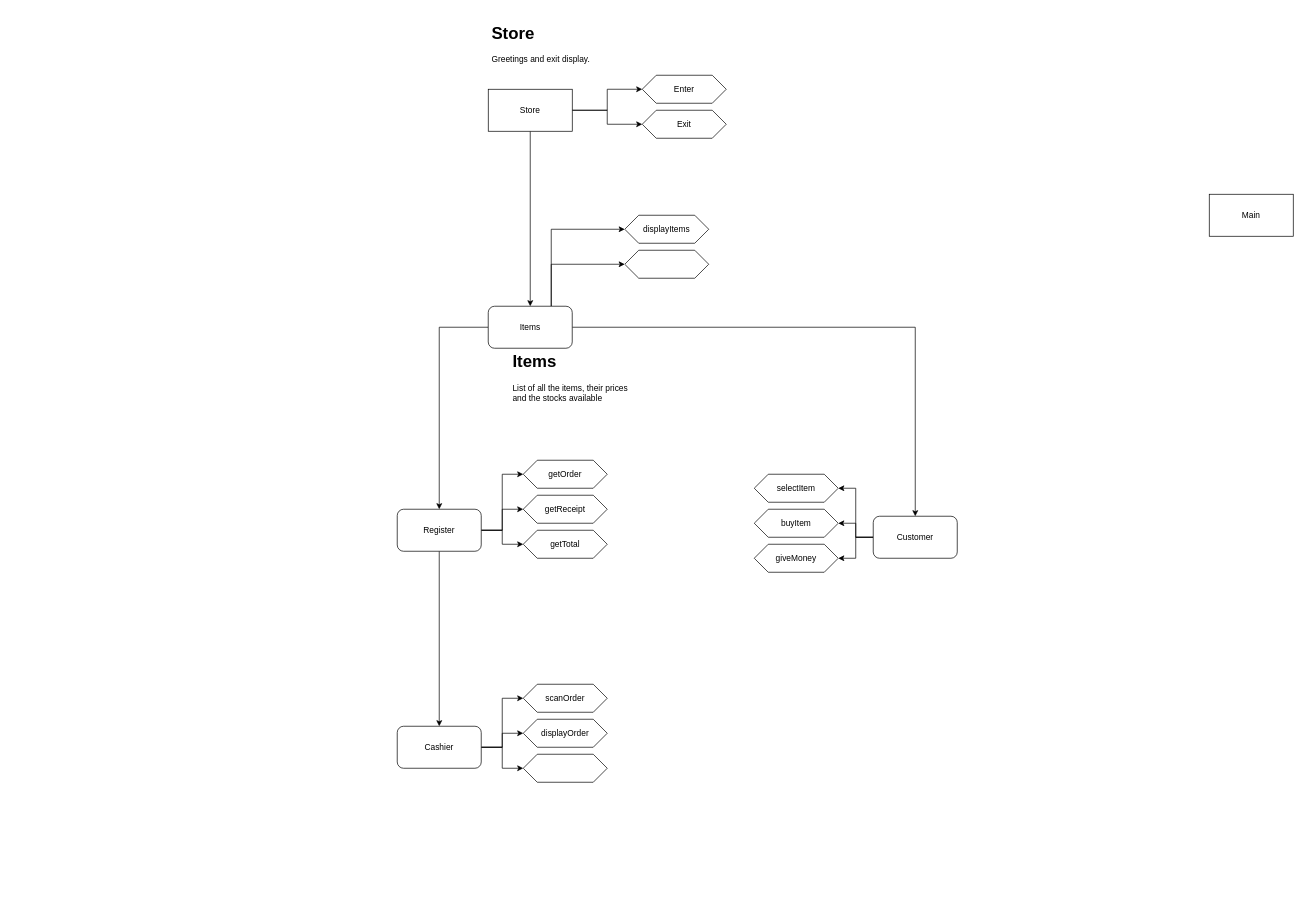
Above: Untitled Diagram.drawio in Xzud/git_practice (draw.io), before the change. Source tidied: cells renumbered, new cells numbered last; positions are measured from the earlier drawing's top-left corner, leaving out a move shared by most shapes. Both pictures are drawn from the tidied source at 70%, with x=0, y=0 at pixel (397, 19).
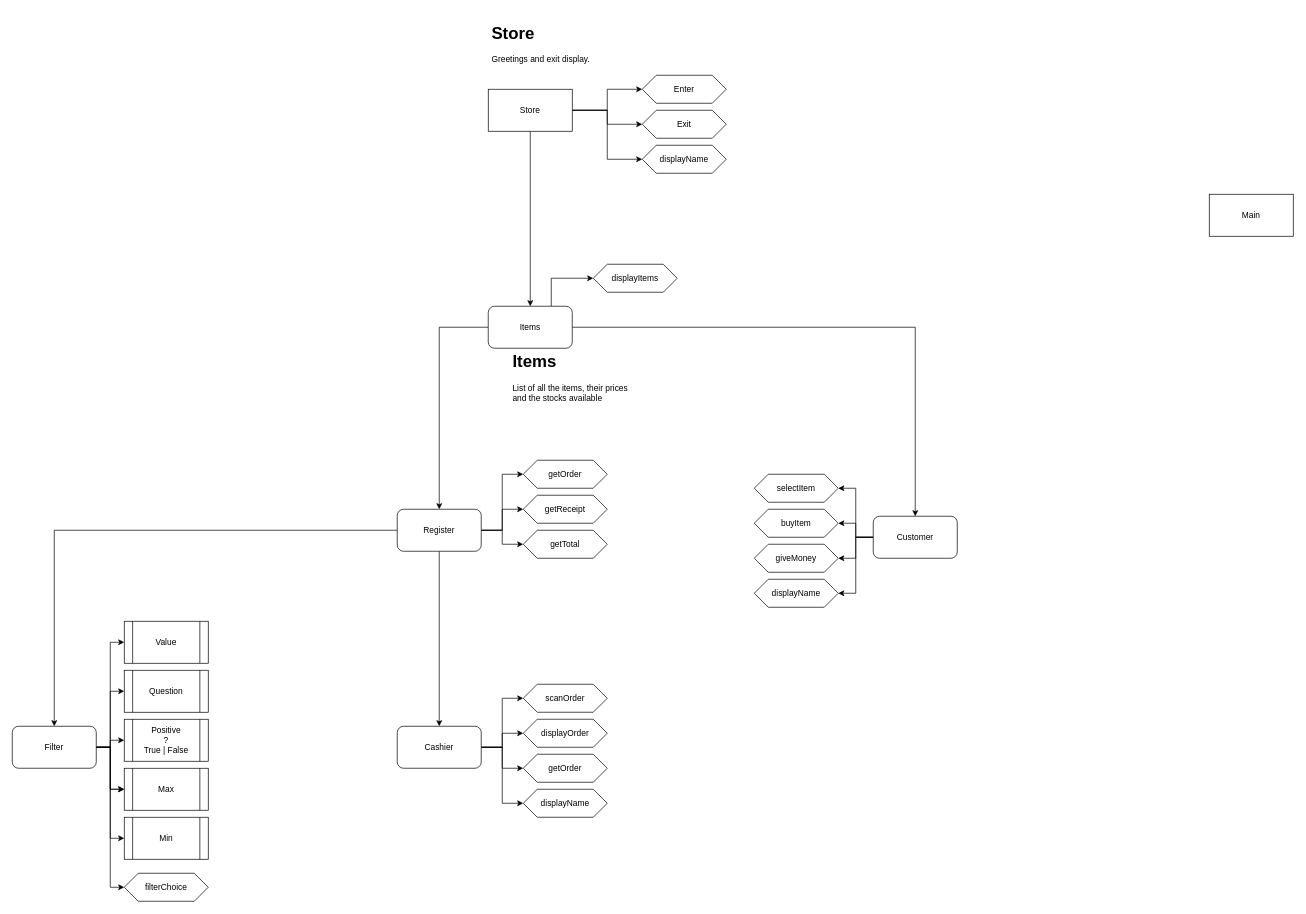
Above is the later version.

Unchanged cells that the change refers to:
```xml
<mxCell id="6" value="Store" style="rounded=0;whiteSpace=wrap;html=1;" parent="1" vertex="1">
  <mxGeometry x="130" y="100" width="120" height="60" as="geometry" />
</mxCell>
<mxCell id="11" value="Items" style="rounded=1;whiteSpace=wrap;html=1;" parent="1" vertex="1">
  <mxGeometry x="130" y="410" width="120" height="60" as="geometry" />
</mxCell>
<mxCell id="15" value="Customer" style="rounded=1;whiteSpace=wrap;html=1;" parent="1" vertex="1">
  <mxGeometry x="680" y="710" width="120" height="60" as="geometry" />
</mxCell>
<mxCell id="20" value="Register" style="whiteSpace=wrap;html=1;rounded=1;" parent="1" vertex="1">
  <mxGeometry y="700" width="120" height="60" as="geometry" />
</mxCell>
<mxCell id="24" value="Cashier" style="whiteSpace=wrap;html=1;rounded=1;" parent="1" vertex="1">
  <mxGeometry y="1010" width="120" height="60" as="geometry" />
</mxCell>
```

Diff of the diagram source:
```diff
@@
+    <mxCell id="40" style="edgeStyle=orthogonalEdgeStyle;rounded=0;jettySize=auto;html=1;exitX=1;exitY=0.5;exitDx=0;exitDy=0;entryX=0;entryY=0.5;entryDx=0;entryDy=0;" parent="1" edge="1" source="6" target="36">
+      <mxGeometry relative="1" as="geometry" />
+    </mxCell>
@@
-    <mxCell id="10" style="edgeStyle=orthogonalEdgeStyle;rounded=0;jettySize=auto;html=1;exitX=0.75;exitY=0;exitDx=0;exitDy=0;entryX=0;entryY=0.5;entryDx=0;entryDy=0;" parent="1" edge="1" source="11" target="36">
-      <mxGeometry relative="1" as="geometry" />
-    </mxCell>
@@
+    <mxCell id="41" style="edgeStyle=orthogonalEdgeStyle;rounded=0;jettySize=auto;html=1;exitX=0;exitY=0.5;exitDx=0;exitDy=0;entryX=1;entryY=0.5;entryDx=0;entryDy=0;" parent="1" edge="1" source="15" target="45">
+      <mxGeometry relative="1" as="geometry" />
+    </mxCell>
@@
+    <mxCell id="42" style="edgeStyle=orthogonalEdgeStyle;rounded=0;jettySize=auto;html=1;" parent="1" edge="1" source="20" target="52">
+      <mxGeometry relative="1" as="geometry" />
+    </mxCell>
@@
+    <mxCell id="43" style="edgeStyle=orthogonalEdgeStyle;rounded=0;jettySize=auto;html=1;exitX=1;exitY=0.5;exitDx=0;exitDy=0;entryX=0;entryY=0.5;entryDx=0;entryDy=0;" parent="1" edge="1" source="24" target="44">
+      <mxGeometry relative="1" as="geometry" />
+    </mxCell>
@@
-    <mxCell id="32" style="shape=hexagon;perimeter=hexagonPerimeter2;whiteSpace=wrap;html=1;fixedSize=1;" parent="1" vertex="1">
+    <mxCell id="32" value="getOrder" style="shape=hexagon;perimeter=hexagonPerimeter2;whiteSpace=wrap;html=1;fixedSize=1;" parent="1" vertex="1">
       <mxGeometry x="180" y="1050" width="120" height="40" as="geometry" />
     </mxCell>
@@
     <mxCell id="35" value="displayItems" style="shape=hexagon;perimeter=hexagonPerimeter2;whiteSpace=wrap;html=1;fixedSize=1;" parent="1" vertex="1">
-      <mxGeometry x="325" y="280" width="120" height="40" as="geometry" />
+      <mxGeometry x="280" y="350" width="120" height="40" as="geometry" />
     </mxCell>
-    <mxCell id="36" style="shape=hexagon;perimeter=hexagonPerimeter2;whiteSpace=wrap;html=1;fixedSize=1;" parent="1" vertex="1">
-      <mxGeometry x="325" y="330" width="120" height="40" as="geometry" />
+    <mxCell id="36" value="displayName" style="shape=hexagon;perimeter=hexagonPerimeter2;whiteSpace=wrap;html=1;fixedSize=1;" parent="1" vertex="1">
+      <mxGeometry x="350" y="180" width="120" height="40" as="geometry" />
     </mxCell>
@@
+    <mxCell id="44" value="displayName" style="shape=hexagon;perimeter=hexagonPerimeter2;whiteSpace=wrap;html=1;fixedSize=1;" parent="1" vertex="1">
+      <mxGeometry x="180" y="1100" width="120" height="40" as="geometry" />
+    </mxCell>
+    <mxCell id="45" value="displayName" style="shape=hexagon;perimeter=hexagonPerimeter2;whiteSpace=wrap;html=1;fixedSize=1;" parent="1" vertex="1">
+      <mxGeometry x="510" y="800" width="120" height="40" as="geometry" />
+    </mxCell>
+    <mxCell id="46" style="edgeStyle=orthogonalEdgeStyle;rounded=0;jettySize=auto;html=1;entryX=0;entryY=0.5;entryDx=0;entryDy=0;" parent="1" edge="1" source="52" target="53">
+      <mxGeometry relative="1" as="geometry" />
+    </mxCell>
+    <mxCell id="47" style="edgeStyle=orthogonalEdgeStyle;rounded=0;jettySize=auto;html=1;entryX=0;entryY=0.5;entryDx=0;entryDy=0;" parent="1" edge="1" source="52" target="57">
+      <mxGeometry relative="1" as="geometry" />
+    </mxCell>
+    <mxCell id="48" style="edgeStyle=orthogonalEdgeStyle;rounded=0;jettySize=auto;html=1;entryX=0;entryY=0.5;entryDx=0;entryDy=0;" parent="1" edge="1" source="52" target="55">
+      <mxGeometry relative="1" as="geometry" />
+    </mxCell>
+    <mxCell id="49" style="edgeStyle=orthogonalEdgeStyle;rounded=0;jettySize=auto;html=1;entryX=0;entryY=0.5;entryDx=0;entryDy=0;" parent="1" edge="1" source="52" target="54">
+      <mxGeometry relative="1" as="geometry" />
+    </mxCell>
+    <mxCell id="50" style="edgeStyle=orthogonalEdgeStyle;rounded=0;jettySize=auto;html=1;entryX=0;entryY=0.5;entryDx=0;entryDy=0;" parent="1" edge="1" source="52" target="59">
+      <mxGeometry relative="1" as="geometry" />
+    </mxCell>
+    <mxCell id="51" style="edgeStyle=orthogonalEdgeStyle;rounded=0;jettySize=auto;html=1;entryX=0;entryY=0.5;entryDx=0;entryDy=0;" parent="1" edge="1" source="52" target="58">
+      <mxGeometry relative="1" as="geometry" />
+    </mxCell>
+    <mxCell id="52" value="Filter" style="whiteSpace=wrap;html=1;rounded=1;" parent="1" vertex="1">
+      <mxGeometry x="-550" y="1010" width="120" height="60" as="geometry" />
+    </mxCell>
+    <mxCell id="53" value="Value" style="shape=process;whiteSpace=wrap;html=1;backgroundOutline=1;" parent="1" vertex="1">
+      <mxGeometry x="-390" y="860" width="120" height="60" as="geometry" />
+    </mxCell>
+    <mxCell id="54" value="Min" style="shape=process;whiteSpace=wrap;html=1;backgroundOutline=1;" parent="1" vertex="1">
+      <mxGeometry x="-390" y="1140" width="120" height="60" as="geometry" />
+    </mxCell>
+    <mxCell id="55" value="Positive &lt;br&gt;? &lt;br&gt;True | False" style="shape=process;whiteSpace=wrap;html=1;backgroundOutline=1;" parent="1" vertex="1">
+      <mxGeometry x="-390" y="1000" width="120" height="60" as="geometry" />
+    </mxCell>
+    <mxCell id="56" style="edgeStyle=orthogonalEdgeStyle;rounded=0;jettySize=auto;html=1;" parent="1" edge="1" source="52" target="57">
+      <mxGeometry relative="1" as="geometry" />
+    </mxCell>
+    <mxCell id="57" value="Max" style="shape=process;whiteSpace=wrap;html=1;backgroundOutline=1;" parent="1" vertex="1">
+      <mxGeometry x="-390" y="1070" width="120" height="60" as="geometry" />
+    </mxCell>
+    <mxCell id="58" value="filterChoice" style="shape=hexagon;perimeter=hexagonPerimeter2;whiteSpace=wrap;html=1;fixedSize=1;" parent="1" vertex="1">
+      <mxGeometry x="-390" y="1220" width="120" height="40" as="geometry" />
+    </mxCell>
+    <mxCell id="59" value="Question" style="shape=process;whiteSpace=wrap;html=1;backgroundOutline=1;" parent="1" vertex="1">
+      <mxGeometry x="-390" y="930" width="120" height="60" as="geometry" />
+    </mxCell>
```
